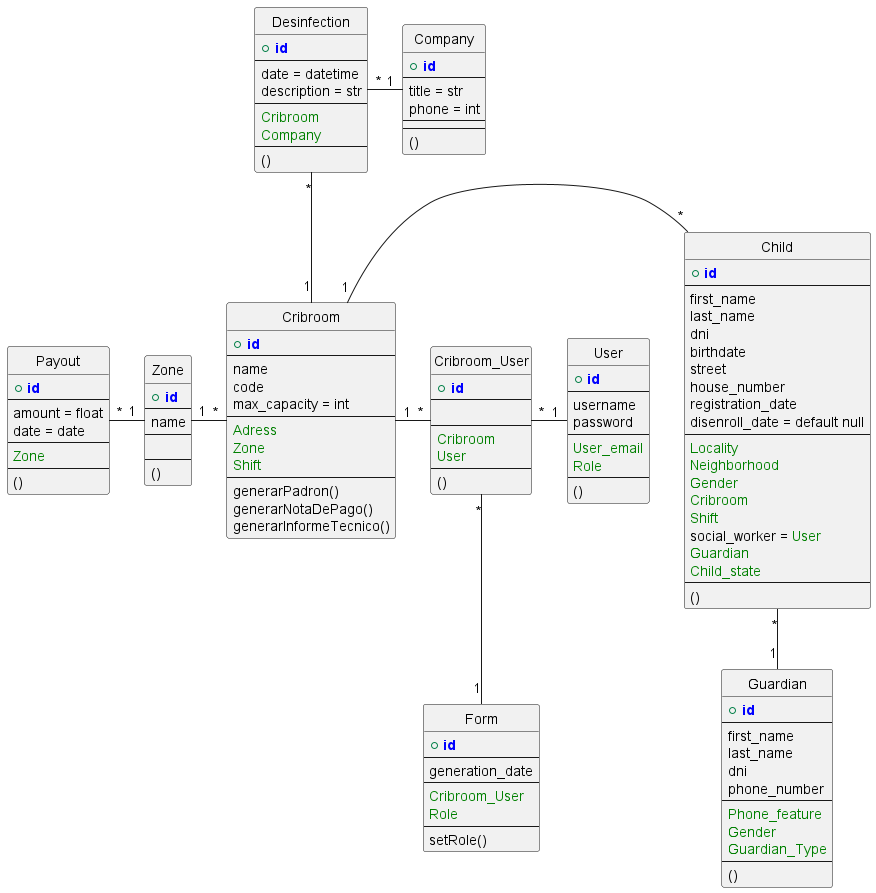
Above: Documentation/diagrams/diagramUpdated.png in santiago6124/SalasCuna (PlantUML), before the change.
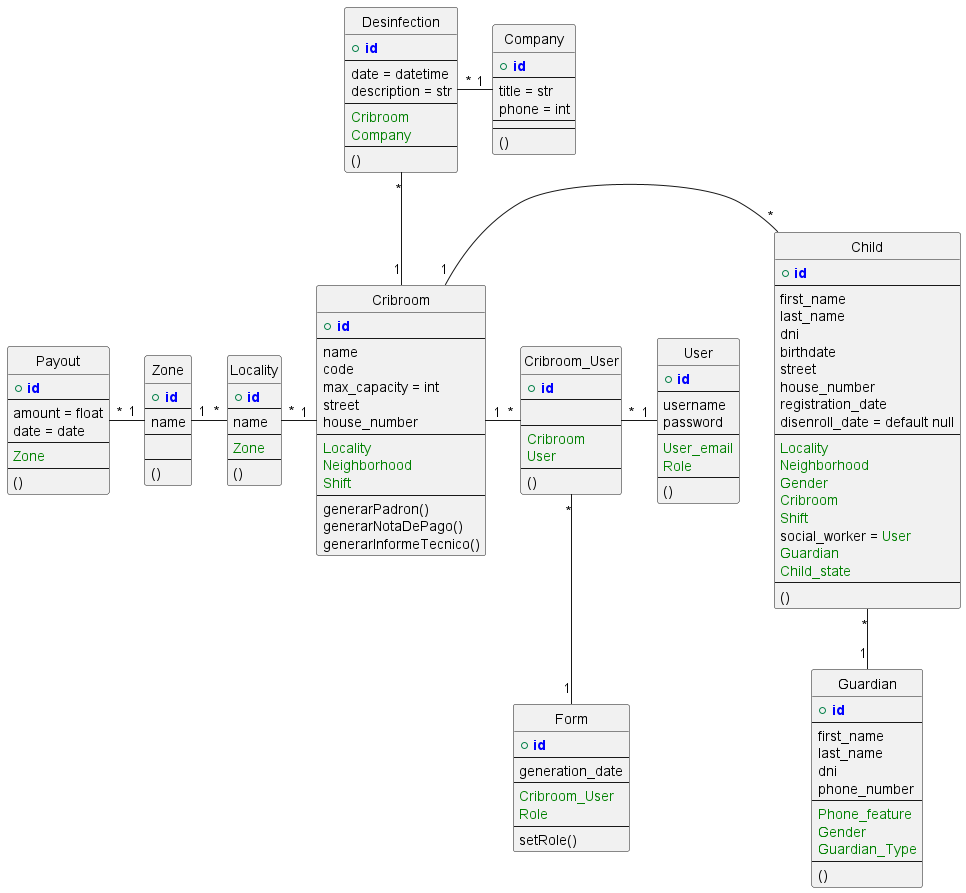
The same file after the commit.

What changed in the source:
```diff
@@ -11,9 +11,11 @@
     name
     code
     max_capacity = int
+    street
+    house_number
     --
-    FOREIGN_KEY(Adress)
-    FOREIGN_KEY(Zone)
+    FOREIGN_KEY(Locality)
+    FOREIGN_KEY(Neighborhood)
     FOREIGN_KEY(Shift)
     --
     generarPadron()
@@ -68,7 +70,6 @@
 }
 
 Payout "*" - "1" Zone
-Zone "1" - "*" Cribroom
 
 entity Child {
     + PRIMARY_KEY(id)
@@ -153,6 +154,18 @@
 
 Cribroom_User "*" -- "1" Form
 
+entity Locality {
+    + PRIMARY_KEY(id)
+    --
+    name
+    --
+    FOREIGN_KEY(Zone)
+    --
+    ()
+}
+
+Zone "1" - "*" Locality
+Locality "*" - "1" Cribroom
 
 
 @enduml
```
